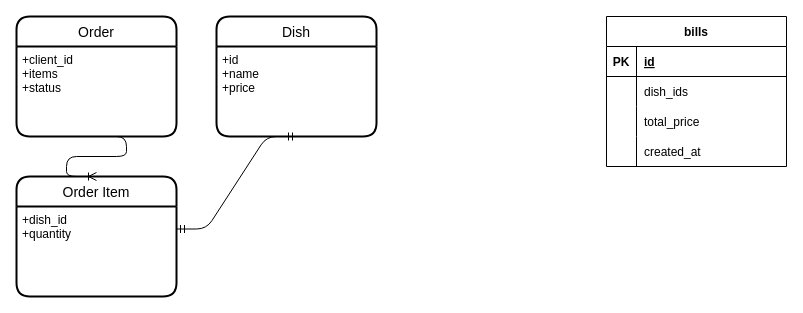
Earlier version of the draw.io diagram docs/models.drawio (MrSquaare/lambdabistro). Source tidied: cells renumbered, new cells numbered last; positions are measured from the earlier drawing's top-left corner, leaving out a move shared by most shapes. Both pictures are drawn from the tidied source at 100%, with x=0, y=0 at pixel (16, 16).
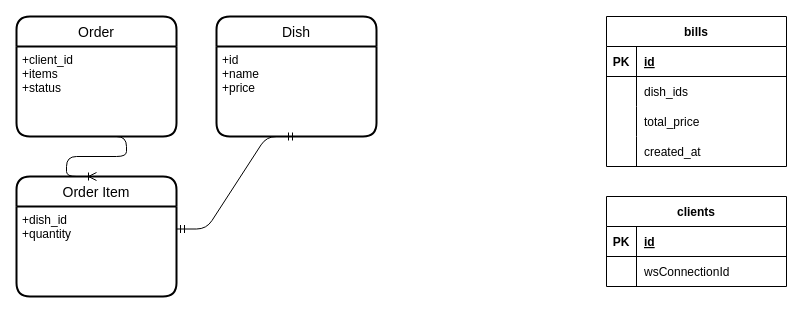
After the change.

The edit, as a diff of the source:
```diff
@@
+    <mxCell id="23" value="clients" style="shape=table;startSize=30;childLayout=tableLayout;rowLines=0;fontStyle=1;align=center;" parent="1" vertex="1">
+      <mxGeometry x="590" y="180" width="180" height="90" as="geometry" />
+    </mxCell>
+    <mxCell id="24" style="shape=tableRow;horizontal=0;startSize=0;swimlaneHead=0;swimlaneBody=0;fillColor=none;top=0;left=0;right=0;bottom=1;" parent="23" vertex="1">
+      <mxGeometry y="30" width="180" height="30" as="geometry" />
+    </mxCell>
+    <mxCell id="25" value="PK" style="shape=partialRectangle;fillColor=none;top=0;left=0;bottom=0;right=0;fontStyle=1;overflow=hidden;" parent="24" vertex="1">
+      <mxGeometry width="30" height="30" as="geometry" />
+    </mxCell>
+    <mxCell id="26" value="id" style="shape=partialRectangle;fillColor=none;top=0;left=0;bottom=0;right=0;align=left;spacingLeft=6;fontStyle=5;overflow=hidden;" parent="24" vertex="1">
+      <mxGeometry x="30" width="150" height="30" as="geometry" />
+    </mxCell>
+    <mxCell id="27" style="shape=tableRow;horizontal=0;startSize=0;swimlaneHead=0;swimlaneBody=0;fillColor=none;top=0;left=0;right=0;bottom=0;" parent="23" vertex="1">
+      <mxGeometry y="60" width="180" height="30" as="geometry" />
+    </mxCell>
+    <mxCell id="28" style="shape=partialRectangle;fillColor=none;top=0;left=0;bottom=0;right=0;overflow=hidden;" parent="27" vertex="1">
+      <mxGeometry width="30" height="30" as="geometry" />
+    </mxCell>
+    <mxCell id="29" value="wsConnectionId" style="shape=partialRectangle;fillColor=none;top=0;left=0;bottom=0;right=0;align=left;spacingLeft=6;overflow=hidden;" parent="27" vertex="1">
+      <mxGeometry x="30" width="150" height="30" as="geometry" />
+    </mxCell>
```
